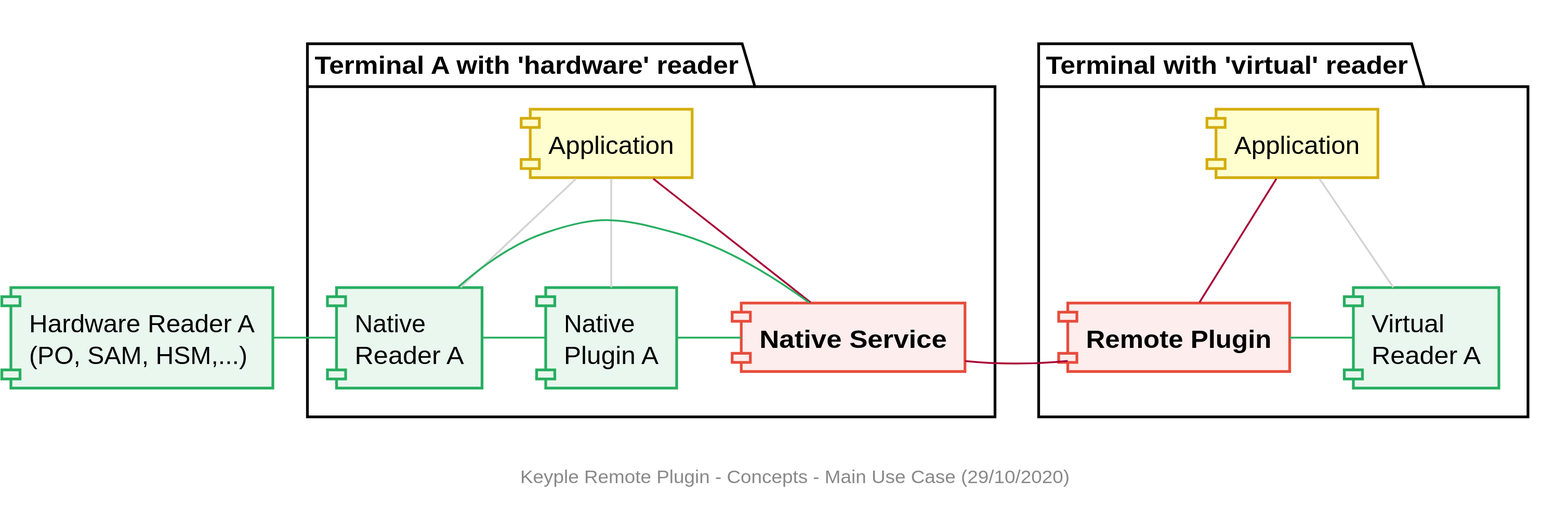
Above: media/remote-plugin/component/Remote_Component_Concepts_1.svg in yvonneyam/keyple-website (PlantUML), before the change. The source it was exported from:
```plantuml
@startuml
footer
    Keyple Remote Plugin - Concepts - Main Use Case (29/10/2020)
end footer


skinparam Shadowing false
skinparam component {
    BorderColor #D4AC0D
    BackgroundColor<<red>> #FDEDEC
    BorderColor<<red>> #E74C3C
    BackgroundColor<<purple>> #F4ECF7
    BorderColor<<purple>> #8E44AD
    BackgroundColor<<blue>> #EBF5FB
    BorderColor<<blue>> #3498DB
    BackgroundColor<<green>> #E9F7EF
    BorderColor<<green>> #27AE60
    BackgroundColor<<grey>> #EAECEE
    BorderColor<<grey>> #2C3E50
}
hide <<red>> stereotype
hide <<purple>> stereotype
hide <<blue>> stereotype
hide <<green>> stereotype
hide <<grey>> stereotype


[Hardware Reader A\n(PO, SAM, HSM,...)] as readerA <<green>>
package "Terminal A with 'hardware' reader" {
    [Application] as appA
    [**Native Service**] as nativeServiceA <<red>>
    [Native\nPlugin A] as nativePluginA <<green>>
    [Native\nReader A] as nativeReaderA <<green>>
}
package "Terminal with 'virtual' reader" {
    [Application] as app
    [**Remote Plugin**] as remotePlugin <<red>>
    [Virtual\nReader A] as virtualReaderA <<green>>
}


appA -- nativePluginA #LightGrey
appA -- nativeReaderA #LightGrey
appA -- nativeServiceA
nativePluginA -left- nativeReaderA #27AE60
nativeServiceA -left- nativePluginA #27AE60
nativeServiceA -left- nativeReaderA #27AE60
nativeReaderA -left- readerA #27AE60

nativeServiceA - remotePlugin

app -- remotePlugin
app -- virtualReaderA #LightGrey
remotePlugin - virtualReaderA #27AE60

@enduml
```
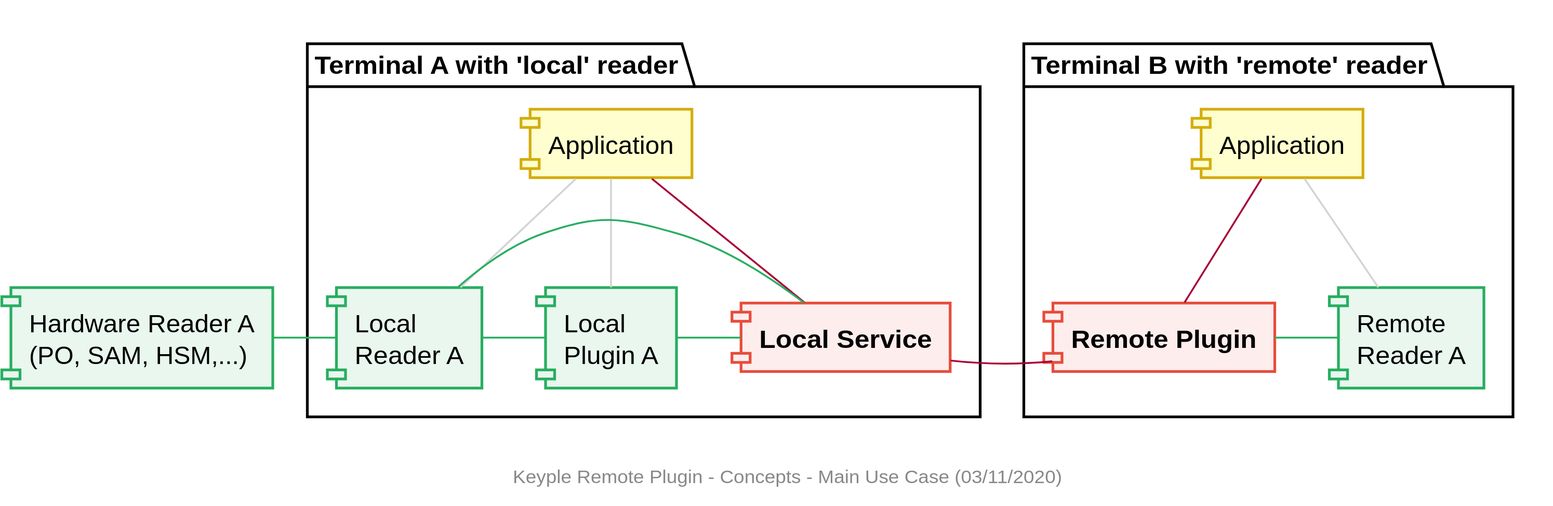
After the change.

The edit, as a diff of the source:
```diff
@@ -1,6 +1,6 @@
 @startuml
 footer
-    Keyple Remote Plugin - Concepts - Main Use Case (29/10/2020)
+    Keyple Remote Plugin - Concepts - Main Use Case (03/11/2020)
 end footer
 
 
@@ -26,31 +26,31 @@
 
 
 [Hardware Reader A\n(PO, SAM, HSM,...)] as readerA <<green>>
-package "Terminal A with 'hardware' reader" {
+package "Terminal A with 'local' reader" {
     [Application] as appA
-    [**Native Service**] as nativeServiceA <<red>>
-    [Native\nPlugin A] as nativePluginA <<green>>
-    [Native\nReader A] as nativeReaderA <<green>>
+    [**Local Service**] as localServiceA <<red>>
+    [Local\nPlugin A] as localPluginA <<green>>
+    [Local\nReader A] as localReaderA <<green>>
 }
-package "Terminal with 'virtual' reader" {
+package "Terminal B with 'remote' reader" {
     [Application] as app
     [**Remote Plugin**] as remotePlugin <<red>>
-    [Virtual\nReader A] as virtualReaderA <<green>>
+    [Remote\nReader A] as remoteReaderA <<green>>
 }
 
 
-appA -- nativePluginA #LightGrey
-appA -- nativeReaderA #LightGrey
-appA -- nativeServiceA
-nativePluginA -left- nativeReaderA #27AE60
-nativeServiceA -left- nativePluginA #27AE60
-nativeServiceA -left- nativeReaderA #27AE60
-nativeReaderA -left- readerA #27AE60
+appA -- localPluginA #LightGrey
+appA -- localReaderA #LightGrey
+appA -- localServiceA
+localPluginA -left- localReaderA #27AE60
+localServiceA -left- localPluginA #27AE60
+localServiceA -left- localReaderA #27AE60
+localReaderA -left- readerA #27AE60
 
-nativeServiceA - remotePlugin
+localServiceA - remotePlugin
 
 app -- remotePlugin
-app -- virtualReaderA #LightGrey
-remotePlugin - virtualReaderA #27AE60
+app -- remoteReaderA #LightGrey
+remotePlugin - remoteReaderA #27AE60
 
 @enduml
```
